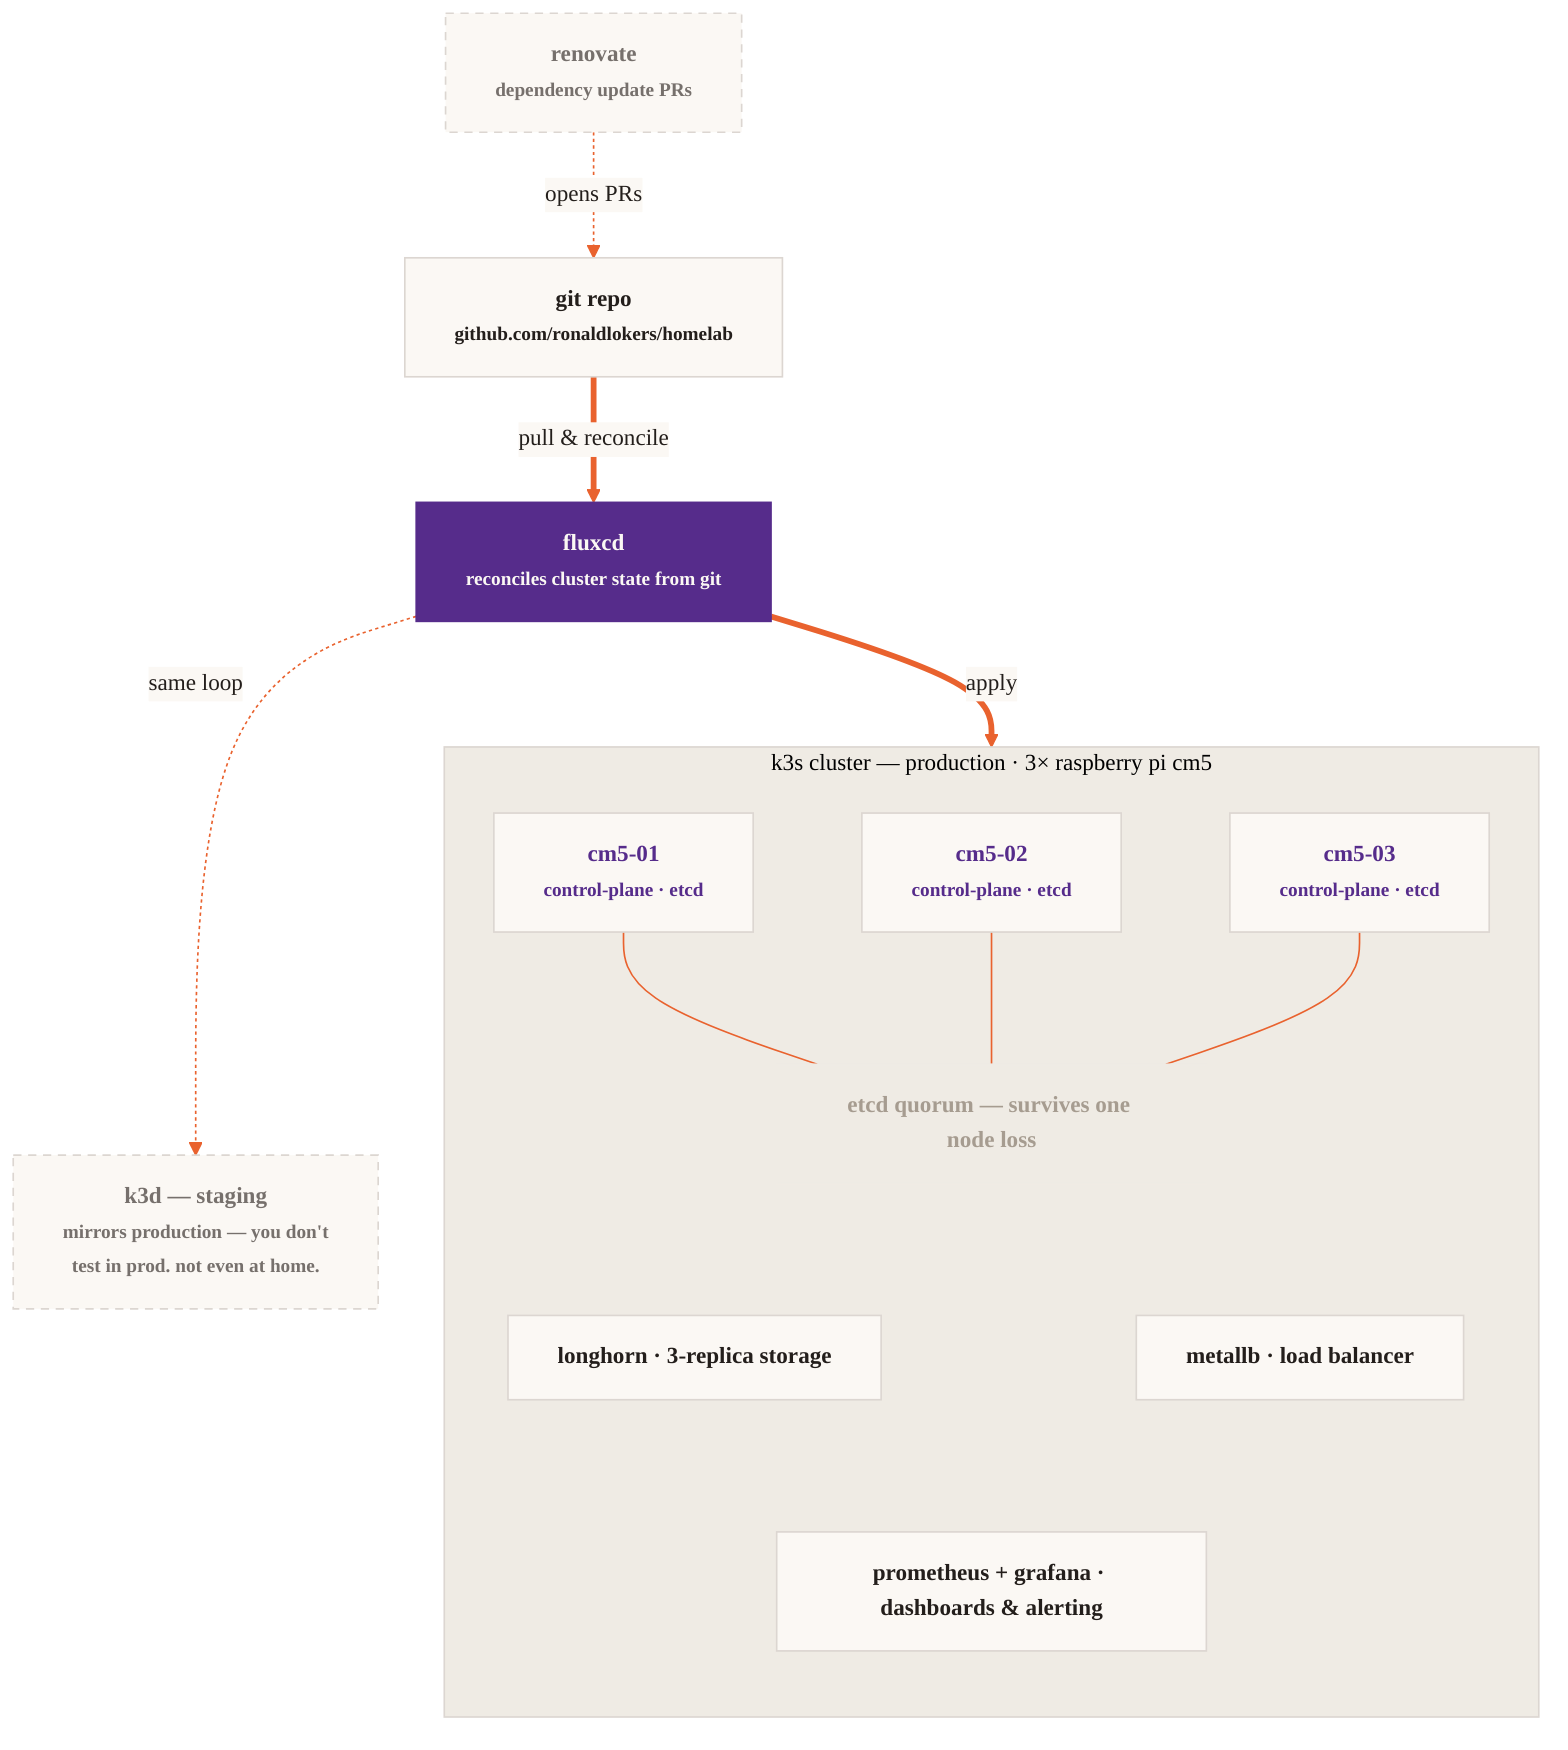
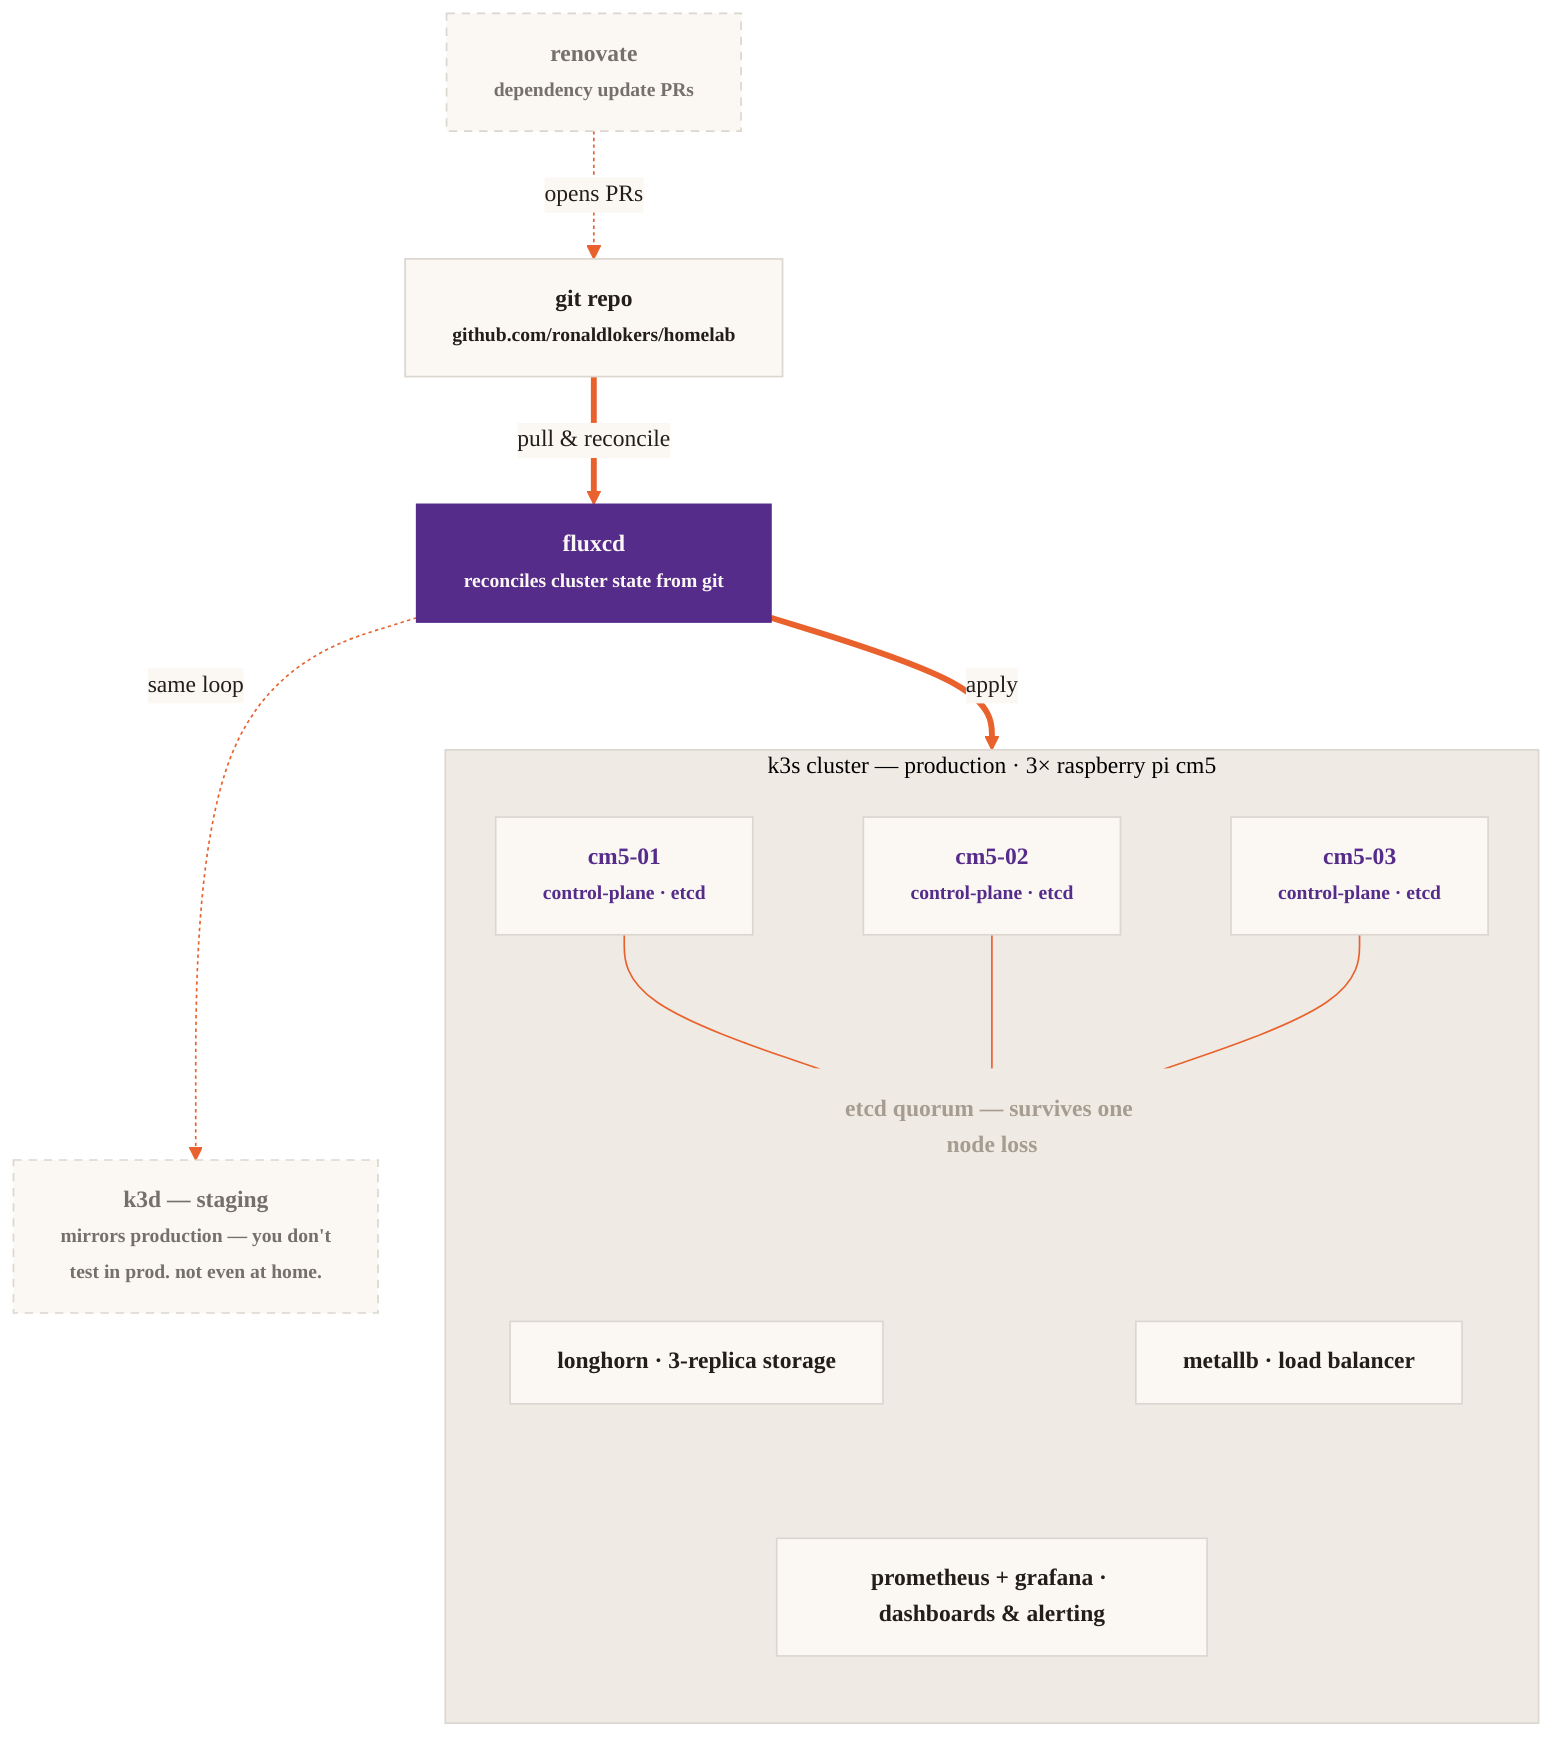
%%{init: {
  "theme": "base",
  "themeVariables": {
    "fontFamily": "Fira Code",
    "fontSize": "14px",
    "primaryColor": "#FBF8F4",
    "primaryTextColor": "#231E1B",
    "primaryBorderColor": "#DCD6D1",
    "lineColor": "#E9622E",
    "clusterBkg": "#EFEBE4",
    "clusterBorder": "#DCD6D1",
    "edgeLabelBackground": "#FBF8F4"
  },
-   "flowchart": { "curve": "basis", "nodeSpacing": 40, "rankSpacing": 55 }
+   "flowchart": { "curve": "basis", "nodeSpacing": 40, "rankSpacing": 55, "padding": 14 }
}}%%
flowchart TB
  renovate["renovate<br/><small>dependency update PRs</small>"] -. opens PRs .-> git
  git["git repo<br/><small>github.com/ronaldlokers/homelab</small>"] == pull &amp; reconcile ==> flux["fluxcd<br/><small>reconciles cluster state from git</small>"]
  flux == apply ==> prod
  flux -. same loop .-> staging["k3d — staging<br/><small>mirrors production — you don't<br/>test in prod. not even at home.</small>"]

  subgraph prod["k3s cluster — production · 3× raspberry pi cm5"]
    direction TB
    cm1["cm5-01<br/><small>control-plane · etcd</small>"]
    cm2["cm5-02<br/><small>control-plane · etcd</small>"]
    cm3["cm5-03<br/><small>control-plane · etcd</small>"]
    quorum["etcd quorum — survives one node loss"]
    storage["longhorn · 3-replica storage"]
    lb["metallb · load balancer"]
    obs["prometheus + grafana · dashboards &amp; alerting"]
    cm1 --- quorum
    cm2 --- quorum
    cm3 --- quorum
    quorum ~~~ storage
    quorum ~~~ lb
    storage ~~~ obs
    lb ~~~ obs
  end

  classDef purple fill:#562C8B,stroke:#562C8B,color:#FBF8F4,font-weight:bold
  classDef box fill:#FBF8F4,stroke:#DCD6D1,color:#231E1B
  classDef node fill:#FBF8F4,stroke:#DCD6D1,color:#562C8B,font-weight:bold
  classDef ghost fill:#FBF8F4,stroke:#DCD6D1,stroke-dasharray:5 4,color:#76706C
  classDef note fill:#EFEBE4,stroke:#EFEBE4,color:#A69C90

  class flux purple
  class git box
  class cm1,cm2,cm3 node
  class renovate,staging ghost
  class quorum note
  class storage,lb,obs box
